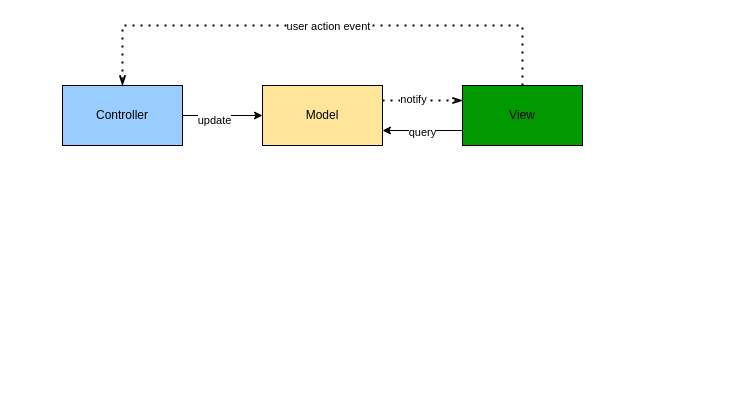
This is page "reactjs" (6 of 6) of Untitled Diagram.drawio from tallongsun/drawio, a draw.io file, before an edit. Source tidied: cells renumbered, new cells numbered last; positions are measured from the earlier drawing's top-left corner, leaving out a move shared by most shapes. Both pictures are drawn from the tidied source at 100%, with x=0, y=0 at pixel (62, 25).
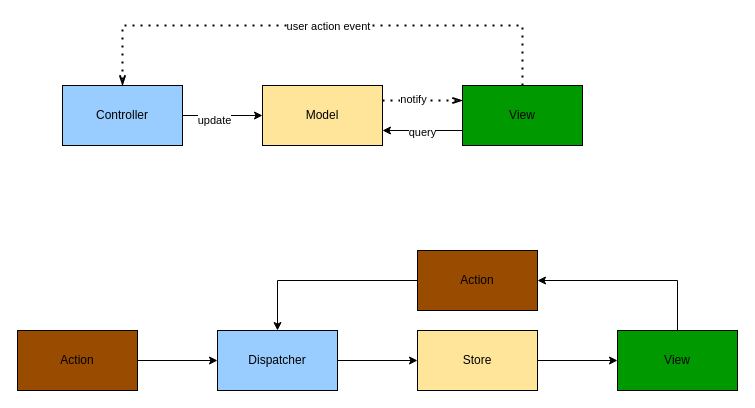
After the change.

The edit, as a diff of the source:
```diff
@@
+    <mxCell id="13" value="View" style="rounded=0;whiteSpace=wrap;html=1;fillColor=#009900;" parent="1" vertex="1">
+      <mxGeometry x="555" y="305" width="120" height="60" as="geometry" />
+    </mxCell>
+    <mxCell id="14" value="Store" style="rounded=0;whiteSpace=wrap;html=1;fillColor=#FFE599;" parent="1" vertex="1">
+      <mxGeometry x="355" y="305" width="120" height="60" as="geometry" />
+    </mxCell>
+    <mxCell id="15" value="Dispatcher" style="rounded=0;whiteSpace=wrap;html=1;fillColor=#99CCFF;" parent="1" vertex="1">
+      <mxGeometry x="155" y="305" width="120" height="60" as="geometry" />
+    </mxCell>
+    <mxCell id="16" style="endArrow=classic;html=1;rounded=0;exitX=1;exitY=0.5;exitDx=0;exitDy=0;" parent="1" edge="1" source="15" target="14">
+      <mxGeometry relative="1" as="geometry" />
+    </mxCell>
+    <mxCell id="17" value="Action" style="rounded=0;whiteSpace=wrap;html=1;fillColor=#994C00;" parent="1" vertex="1">
+      <mxGeometry x="355" y="225" width="120" height="60" as="geometry" />
+    </mxCell>
+    <mxCell id="18" style="endArrow=classic;html=1;rounded=0;exitX=0.5;exitY=0;exitDx=0;exitDy=0;entryX=1;entryY=0.5;entryDx=0;entryDy=0;" parent="1" edge="1" source="13" target="17">
+      <mxGeometry relative="1" as="geometry">
+        <Array as="points">
+          <mxPoint x="615" y="255" />
+        </Array>
+      </mxGeometry>
+    </mxCell>
+    <mxCell id="19" style="endArrow=classic;html=1;rounded=0;exitX=0;exitY=0.5;exitDx=0;exitDy=0;entryX=0.5;entryY=0;entryDx=0;entryDy=0;" parent="1" edge="1" source="17" target="15">
+      <mxGeometry relative="1" as="geometry">
+        <Array as="points">
+          <mxPoint x="215" y="255" />
+        </Array>
+      </mxGeometry>
+    </mxCell>
+    <mxCell id="20" value="Action" style="rounded=0;whiteSpace=wrap;html=1;fillColor=#994C00;" parent="1" vertex="1">
+      <mxGeometry x="-45" y="305" width="120" height="60" as="geometry" />
+    </mxCell>
+    <mxCell id="21" style="endArrow=classic;html=1;rounded=0;exitX=1;exitY=0.5;exitDx=0;exitDy=0;" parent="1" edge="1" source="20" target="15">
+      <mxGeometry relative="1" as="geometry" />
+    </mxCell>
+    <mxCell id="22" style="endArrow=classic;html=1;rounded=0;exitX=1;exitY=0.5;exitDx=0;exitDy=0;" parent="1" edge="1" source="14" target="13">
+      <mxGeometry relative="1" as="geometry" />
+    </mxCell>
```
